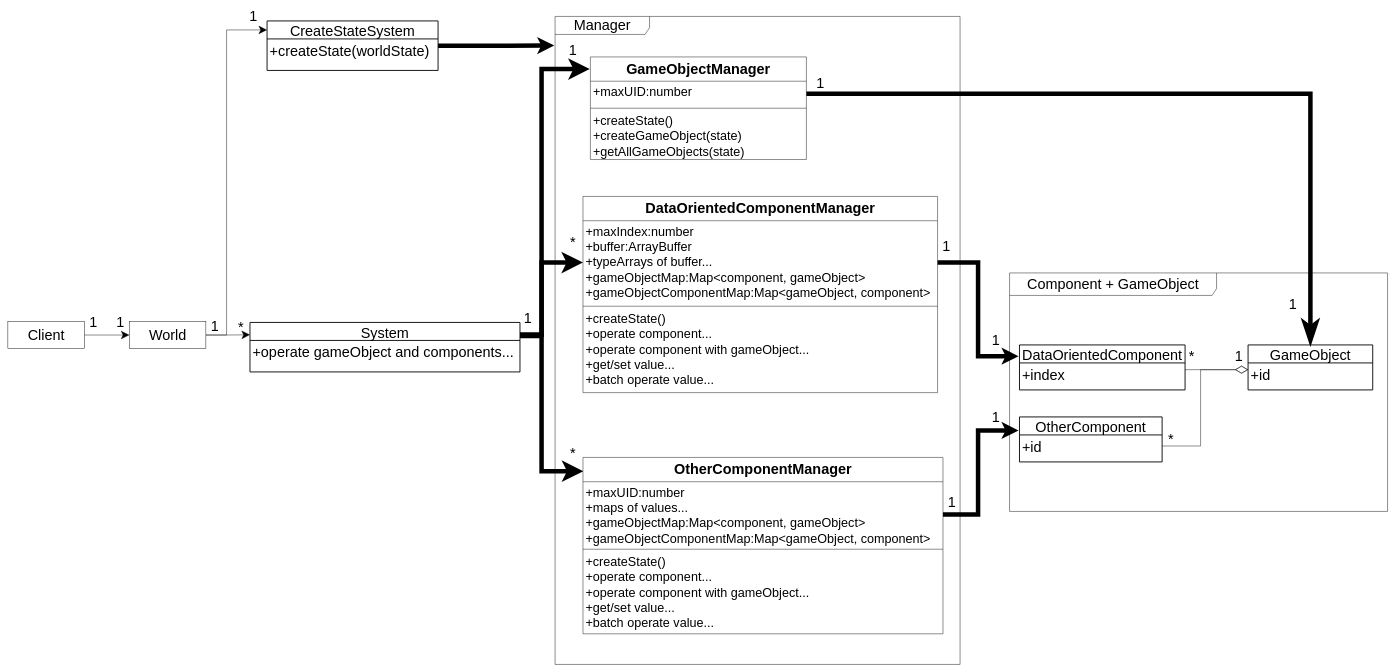
yyc-git/3DProgramPattern keeps this draw.io diagram as packages/ECS模式/role_abstract/UML.drawio. Above is the earlier version. Source tidied: cells renumbered, new cells numbered last; positions are measured from the earlier drawing's top-left corner, leaving out a move shared by most shapes. Both pictures are drawn from the tidied source at 45%, with x=0, y=0 at pixel (8, 12).
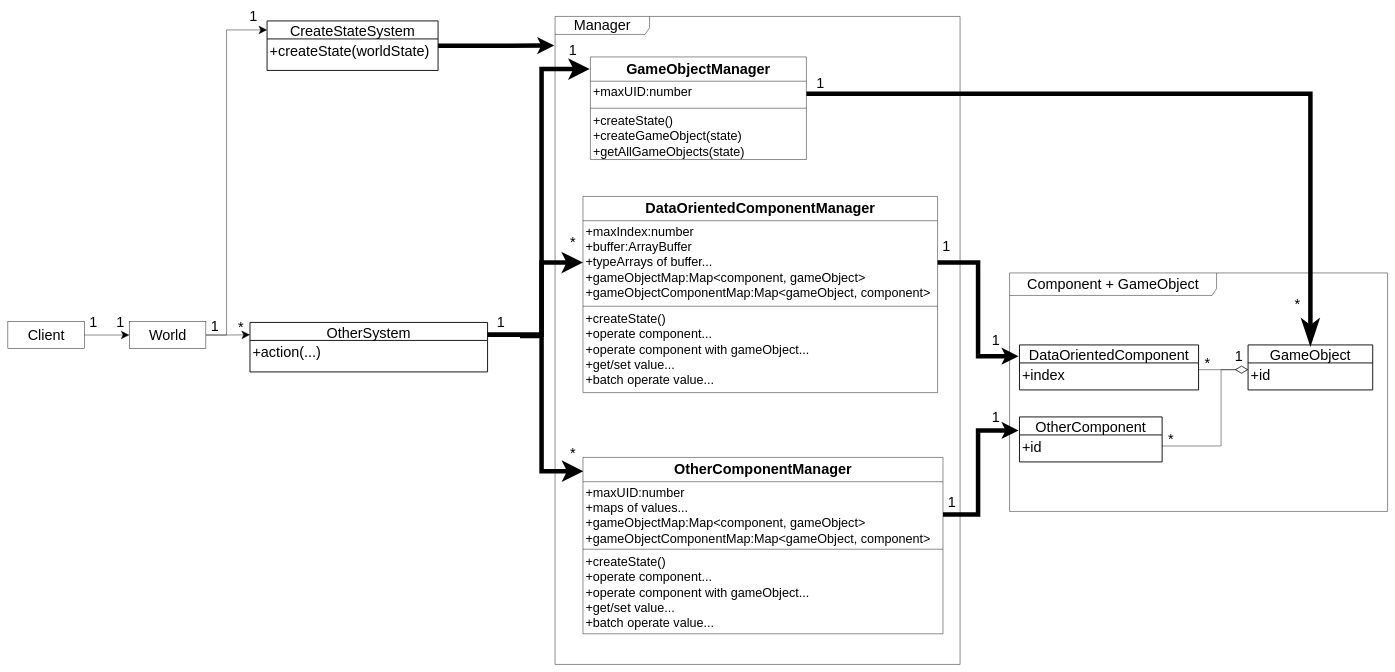
The same diagram, later.

The change refers to these unchanged cells:
```xml
<mxCell id="8" value="+id&#10;" style="align=left;strokeColor=none;fillColor=none;spacingLeft=4;fontSize=32;verticalAlign=top;" parent="7" vertex="1">
  <mxGeometry y="40" width="277" height="60" as="geometry" />
</mxCell>
<mxCell id="52" value="+id" style="align=left;strokeColor=none;fillColor=none;spacingLeft=4;fontSize=32;verticalAlign=top;" parent="51" vertex="1">
  <mxGeometry y="40" width="317" height="60" as="geometry" />
</mxCell>
```

Diff of the diagram source:
```diff
@@
     <mxCell id="6" style="edgeStyle=orthogonalEdgeStyle;rounded=0;jettySize=auto;html=1;entryX=1;entryY=0.41;entryDx=0;entryDy=0;startArrow=diamondThin;startFill=0;endArrow=none;endFill=0;endSize=26;strokeWidth=1;entryPerimeter=0;exitX=0;exitY=0.25;exitDx=0;exitDy=0;startSize=26;" parent="1" edge="1" source="8" target="52">
-      <mxGeometry relative="1" as="geometry" />
+      <mxGeometry relative="1" as="geometry">
+        <Array as="points">
+          <mxPoint x="2696" y="795" />
+          <mxPoint x="2696" y="965" />
+        </Array>
+      </mxGeometry>
     </mxCell>
@@
     <mxCell id="9" value="DataOrientedComponent" style="swimlane;horizontal=1;startSize=40;rounded=0;fontSize=32;fontStyle=0;strokeWidth=2;shadow=0;dashed=0;align=center;" parent="1" vertex="1">
-      <mxGeometry x="2248" y="740" width="368" height="100" as="geometry" />
+      <mxGeometry x="2248" y="740" width="398" height="100" as="geometry" />
     </mxCell>
     <mxCell id="10" value="+index" style="align=left;strokeColor=none;fillColor=none;spacingLeft=4;fontSize=32;verticalAlign=top;" parent="9" vertex="1">
-      <mxGeometry y="40" width="368" height="60" as="geometry" />
+      <mxGeometry y="40" width="398" height="60" as="geometry" />
     </mxCell>
@@
-    <mxCell id="26" value="System" style="swimlane;horizontal=1;startSize=40;rounded=0;fontSize=32;fontStyle=0;strokeWidth=2;shadow=0;dashed=0;align=center;" parent="1" vertex="1">
-      <mxGeometry x="538" y="690" width="600" height="110" as="geometry" />
+    <mxCell id="26" value="OtherSystem" style="swimlane;horizontal=1;startSize=40;rounded=0;fontSize=32;fontStyle=0;strokeWidth=2;shadow=0;dashed=0;align=center;" parent="1" vertex="1">
+      <mxGeometry x="538" y="690" width="528" height="110" as="geometry" />
     </mxCell>
-    <mxCell id="27" value="+operate gameObject and components..." style="align=left;strokeColor=none;fillColor=none;spacingLeft=4;fontSize=32;verticalAlign=top;" parent="26" vertex="1">
-      <mxGeometry y="40" width="600" height="70" as="geometry" />
+    <mxCell id="27" value="+action(...)" style="align=left;strokeColor=none;fillColor=none;spacingLeft=4;fontSize=32;verticalAlign=top;" parent="26" vertex="1">
+      <mxGeometry y="40" width="528" height="70" as="geometry" />
     </mxCell>
@@
-    <mxCell id="36" value="&lt;font style=&quot;font-size: 32px&quot;&gt;1&lt;/font&gt;" style="text;html=1;strokeColor=none;fillColor=none;align=center;verticalAlign=middle;whiteSpace=wrap;rounded=0;" parent="1" vertex="1">
-      <mxGeometry x="2836" y="640" width="40" height="20" as="geometry" />
+    <mxCell id="36" value="&lt;font style=&quot;font-size: 32px&quot;&gt;*&lt;/font&gt;" style="text;html=1;strokeColor=none;fillColor=none;align=center;verticalAlign=middle;whiteSpace=wrap;rounded=0;" parent="1" vertex="1">
+      <mxGeometry x="2846" y="640" width="40" height="20" as="geometry" />
     </mxCell>
@@
     <mxCell id="41" value="&lt;font style=&quot;font-size: 32px&quot;&gt;1&lt;/font&gt;" style="text;html=1;strokeColor=none;fillColor=none;align=center;verticalAlign=middle;whiteSpace=wrap;rounded=0;" parent="1" vertex="1">
-      <mxGeometry x="1136" y="670" width="40" height="20" as="geometry" />
+      <mxGeometry x="1076" y="680" width="40" height="20" as="geometry" />
     </mxCell>
@@
     <mxCell id="50" value="&lt;font style=&quot;font-size: 32px&quot;&gt;*&lt;/font&gt;" style="text;html=1;strokeColor=none;fillColor=none;align=center;verticalAlign=middle;whiteSpace=wrap;rounded=0;" parent="1" vertex="1">
-      <mxGeometry x="2611" y="756" width="40" height="20" as="geometry" />
+      <mxGeometry x="2646" y="770" width="40" height="20" as="geometry" />
     </mxCell>
```
